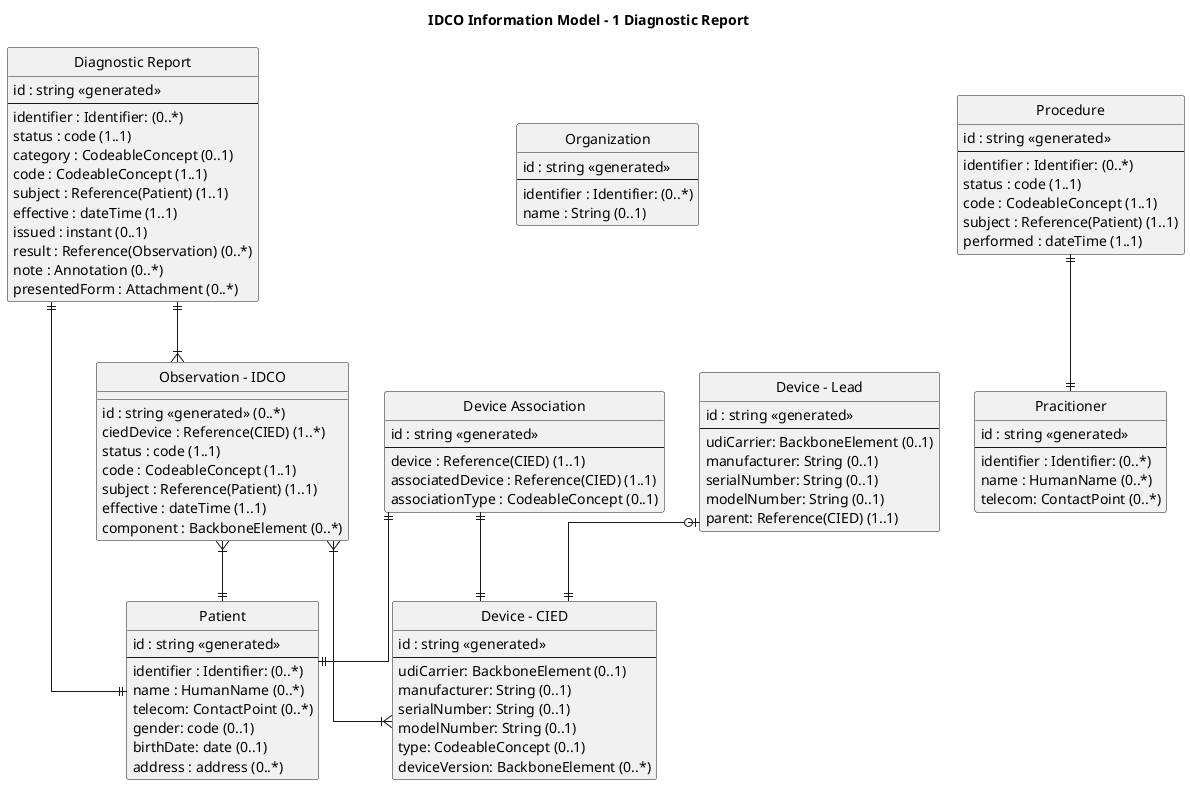
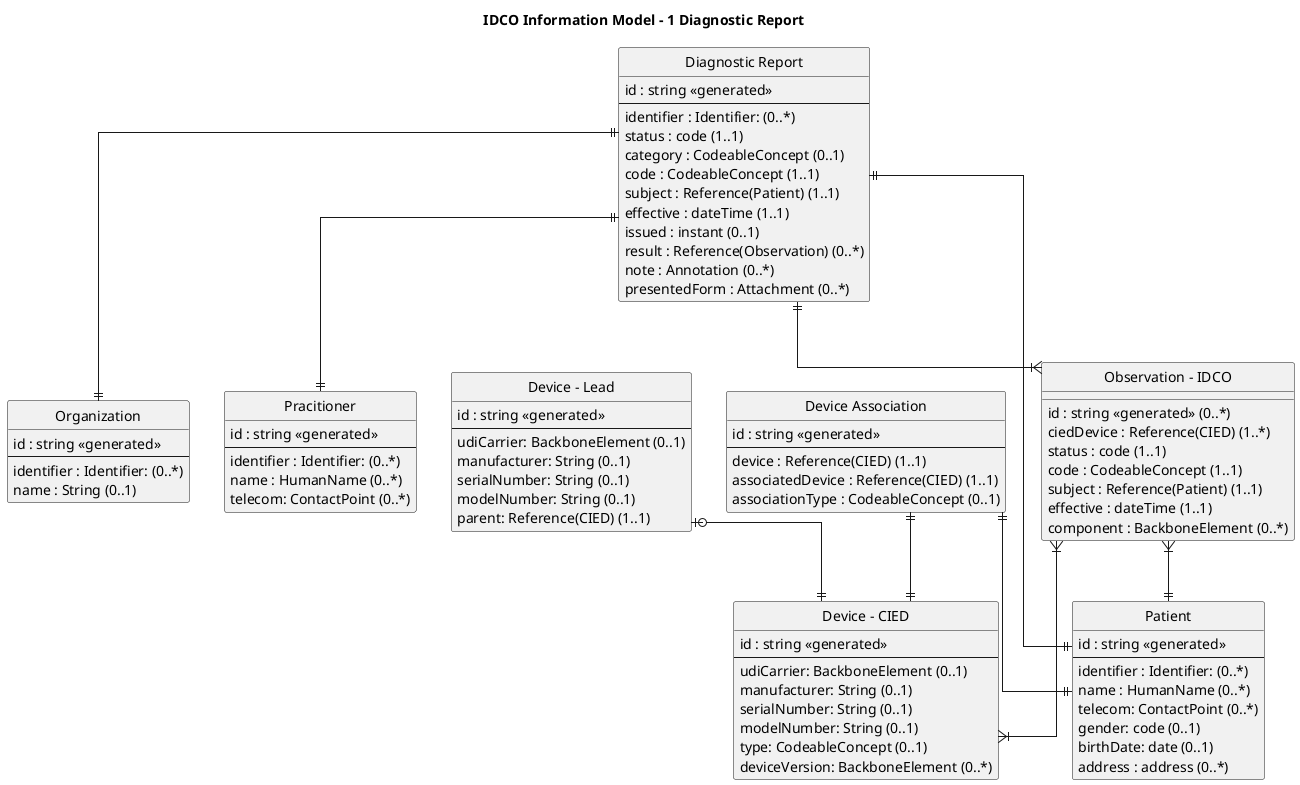
@startuml
title IDCO Information Model - 1 Diagnostic Report

hide circle

skinparam linetype ortho

entity "Patient" as Patient {
  id : string <<generated>>
  --
  identifier : Identifier: (0..*)
  name : HumanName (0..*)
  telecom: ContactPoint (0..*)
  gender: code (0..1)
  birthDate: date (0..1)
  address : address (0..*)
}

entity "Diagnostic Report" as diag {
  id : string <<generated>>
  --
  identifier : Identifier: (0..*)
  status : code (1..1)
  category : CodeableConcept (0..1)
  code : CodeableConcept (1..1)
  subject : Reference(Patient) (1..1)
  effective : dateTime (1..1)
  issued : instant (0..1)
  result : Reference(Observation) (0..*)
  note : Annotation (0..*)
  presentedForm : Attachment (0..*)
}

entity "Device - CIED" as cied {
  id : string <<generated>>
  --
  udiCarrier: BackboneElement (0..1)
  manufacturer: String (0..1)
  serialNumber: String (0..1)
  modelNumber: String (0..1)
  type: CodeableConcept (0..1)
  deviceVersion: BackboneElement (0..*)
}

entity "Device - Lead" as lead {
  id : string <<generated>>
  --
  udiCarrier: BackboneElement (0..1)
  manufacturer: String (0..1)
  serialNumber: String (0..1)
  modelNumber: String (0..1)
  parent: Reference(CIED) (1..1)
}


entity "Observation - IDCO" as IDCO {
    id : string <<generated>> (0..*)
    ciedDevice : Reference(CIED) (1..*)
    status : code (1..1)
    code : CodeableConcept (1..1)
    subject : Reference(Patient) (1..1)
    effective : dateTime (1..1)
    component : BackboneElement (0..*)

}

entity "Organization" as org {
  id : string <<generated>>
  --
  identifier : Identifier: (0..*)
  name : String (0..1)
}

entity "Pracitioner" as prac {
  id : string <<generated>>
  --
  identifier : Identifier: (0..*)
  name : HumanName (0..*)
  telecom: ContactPoint (0..*)
}

entity "Device Association" as assoc {
  id : string <<generated>>
  --
  device : Reference(CIED) (1..1)
  associatedDevice : Reference(CIED) (1..1)
  associationType : CodeableConcept (0..1)
}

- entity "Procedure" as proc {
-   id : string <<generated>>
-   --
-   identifier : Identifier: (0..*)
-   status : code (1..1)
-   code : CodeableConcept (1..1)
-   subject : Reference(Patient) (1..1)
-   performed : dateTime (1..1)
- }
- 
IDCO }|--|| Patient
IDCO }|--|{ cied
diag ||--|| Patient
diag ||--|{ IDCO
lead |o--|| cied
assoc ||--|| cied
assoc ||--|| Patient
- proc ||--|| prac
+ diag ||--|| prac
+ diag ||--|| org

@enduml